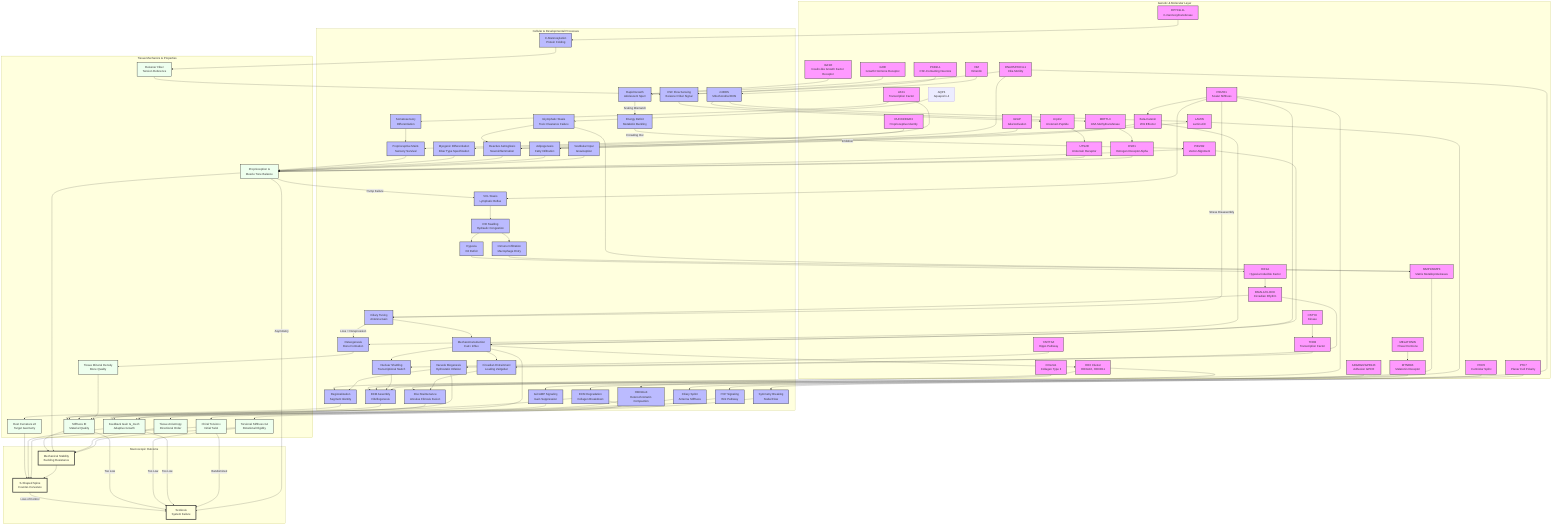
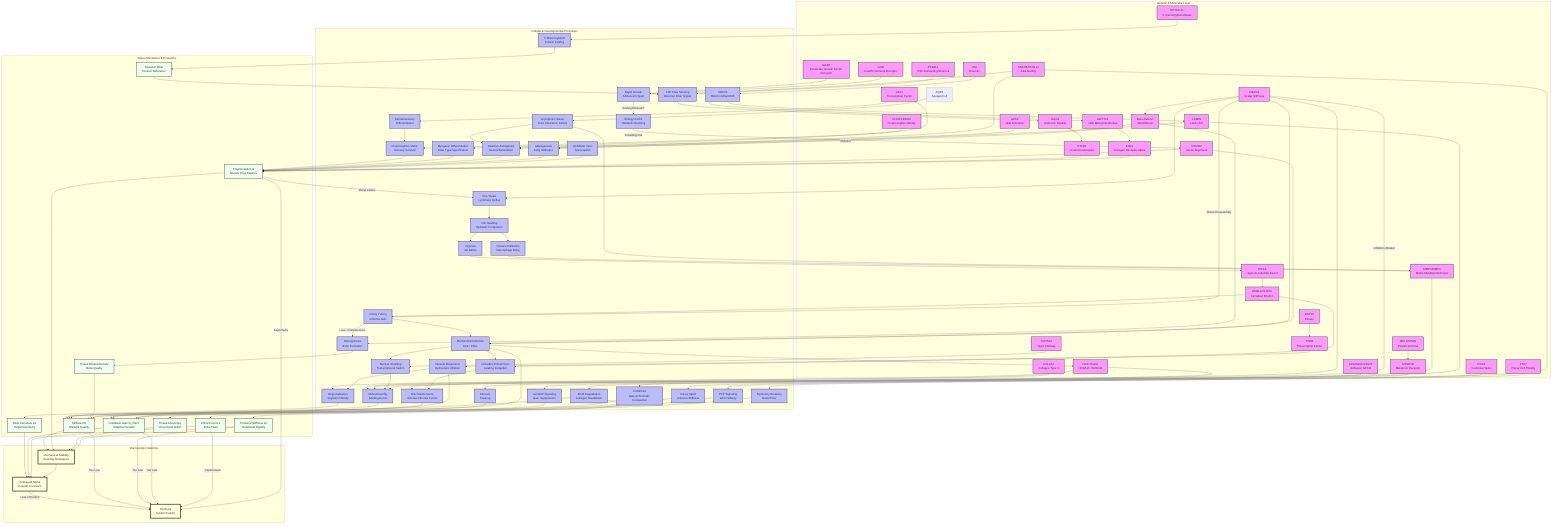
graph TD
    %% Subgraphs for Organization
    subgraph Genetics [Genetic & Molecular Layer]
        HOX[HOX Cluster<br/>HOXA10, HOXD11]
        COL[COL2A1<br/>Collagen Type II]
        PIEZO1[PIEZO1<br/>Scalar Stiffness]
        PIEZO2[PIEZO2<br/>Vector Alignment]
        CILIA[DNAH5/PKD1L1<br/>Cilia Motility]
        LBX1[LBX1<br/>Transcription Factor]
        ADGRG6[ADGRG6/GPR126<br/>Adhesion GPCR]
        PTK7[PTK7<br/>Planar Cell Polarity]
        YAP[YAP/TAZ<br/>Hippo Pathway]
        PKD2L1[PKD2L1<br/>CSF-Contacting Neurons]
        MMP[MMP1/MMP3<br/>Matrix Metalloproteinases]
        URP[Urp1/2<br/>Urotensin Peptide]
        UTS2R[UTS2R<br/>Urotensin Receptor]
        GFAP[GFAP<br/>Glial Activation]
        VIM[VIM<br/>Vimentin]
        LAMIN[LAMIN<br/>Lamin A/C]
        BMAL1[BMAL1/CLOCK<br/>Circadian Rhythm]
        RUNX3[RUNX3/EGR3<br/>Proprioceptive Identity]
        METTL3[METTL3<br/>m6A Methyltransferase]
        ESR1[ESR1<br/>Estrogen Receptor Alpha]
        AQP4[AQP4<br/>Aquaporin-4]
        MELATONIN[MELATONIN<br/>Pineal Hormone]
        MT2[MTNR1B<br/>Melatonin Receptor]
        HIF1A[HIF1A<br/>Hypoxia Inducible Factor]
        POC5[POC5<br/>Centriolar Splint]
        DSTYK[DSTYK<br/>Kinase]
        TFEB[TFEB<br/>Transcription Factor]
        Beta_Catenin[Beta-Catenin<br/>Wnt Effector]
        DPY19L1L[DPY19L1L<br/>C-mannosyltransferase]
        IGF1R[IGF1R<br/>Insulin-like Growth Factor Receptor]
        GHR[GHR<br/>Growth Hormone Receptor]
    end

    subgraph Processes [Cellular & Developmental Processes]
        Astrogliosis[Reactive Astrogliosis<br/>Neuroinflammation]
        Region[Regionalization<br/>Segment Identity]
        ECM_Assembly[ECM Assembly<br/>Fibrillogenesis]
        Nucl_Shuttle[Nuclear Shuttling<br/>Transcriptional Switch]
        Mech_Trans[Mechanotransduction<br/>Ca2+ Influx]
        Sym_Break[Symmetry Breaking<br/>Nodal Flow]
        CSF_Sensing[CSF Flow Sensing<br/>Reissner Fiber Signal]
        Neur_Diff[Somatosensory<br/>Differentiation]
        Muscle_Diff[Myogenic Differentiation<br/>Fiber Type Specification]
        Disc_Maint[Disc Maintenance<br/>Annulus Fibrosis Fusion]
        PCP_Sig[PCP Signaling<br/>Wnt Pathway]
        Degradation[ECM Degradation<br/>Collagen Breakdown]
        mtROS[mtROS<br/>Mitochondrial ROS]
        Adipogenesis[Adipogenesis<br/>Fatty Infiltration]
        Hydraulic_Congestion[IVD Swelling<br/>Hydraulic Congestion]
        Immune_Infilt[Immune Infiltration<br/>Macrophage Entry]
        Circadian_Entrain[Circadian Entrainment<br/>Loading Zeitgeber]
        Proprio_Maint[Proprioceptive Maint.<br/>Sensory Survival]
        H3K9me3[H3K9me3<br/>Heterochromatin Compaction]
        VCL_Stasis[VCL Stasis<br/>Lymphatic Reflux]
        Glymphatic_Stasis[Glymphatic Stasis<br/>Toxic Clearance Failure]
        Vestibular_Input[Vestibular Input<br/>Graviception]
        Gi_cAMP[Gi/cAMP Signaling<br/>Gain Suppression]
        Ciliary_Tuning[Ciliary Tuning<br/>Antenna Gain]
        Hypoxia[Hypoxia<br/>O2 Deficit]
        Osteogenesis[Osteogenesis<br/>Bone Formation]
        Ciliary_Splint[Ciliary Splint<br/>Antenna Stiffness]
        Vacuole_Biogenesis[Vacuole Biogenesis<br/>Hydrostatic Inflation]
        C_Mannosylation[C-Mannosylation<br/>Protein Folding]
        Rapid_Growth[Rapid Growth<br/>Adolescent Spurt]
        Energy_Deficit[Energy Deficit<br/>Metabolic Buckling]
+         Fibrosis[Fibrosis<br/>Scarring]
    end

    subgraph Tissue [Tissue Mechanics & Properties]
        Rest_Kappa[Rest Curvature κ0<br/>Target Geometry]
        Stiffness[Stiffness EI<br/>Material Quality]
        Torsional_Stiffness[Torsional Stiffness GJ<br/>Rotational Rigidity]
        Gain[Feedback Gain G_mech<br/>Adaptive Growth]
        Torsion[Chiral Torsion ε<br/>Initial Twist]
        Muscle_Tone[Proprioception &<br/>Muscle Tone Balance]
        Anisotropy[Tissue Anisotropy<br/>Directional Order]
        TMD[Tissue Mineral Density<br/>Bone Quality]
        Reissner_Fiber[Reissner Fiber<br/>Tension Reference]
    end

    subgraph Outcome [Macroscopic Outcome]
        S_Curve[S-Shaped Spine<br/>Counter-Curvature]
        Stability[Mechanical Stability<br/>Buckling Resistance]
        Scoliosis[Scoliosis<br/>System Failure]
    end

    %% Connections
    HOX --> Region
    Region --> Rest_Kappa
    Rest_Kappa --> S_Curve

    COL --> ECM_Assembly
    ECM_Assembly --> Stiffness
    Stiffness --> Stability

    PIEZO1 --> Mech_Trans
    PIEZO2 --> Mech_Trans
    Mech_Trans --> Gain
    Gain --> S_Curve

    %% NEW ARC: Piezo Duality (Vector-Scalar Mismatch)
    PIEZO1 --> ECM_Assembly
    PIEZO2 --> Muscle_Tone

    CILIA --> Sym_Break
    Sym_Break --> Torsion
    Torsion --> S_Curve

    LBX1 --> Neur_Diff
    LBX1 --> Muscle_Diff
    Neur_Diff --> Proprio_Maint
    Proprio_Maint --> Muscle_Tone
    Muscle_Diff --> Muscle_Tone
    Muscle_Tone --> Stability

    %% NEW ARC: Proprioceptive Maintenance
    RUNX3 --> Proprio_Maint

    %% NEW ARC: ADGRG6
    ADGRG6 --> Disc_Maint
    Disc_Maint --> Stiffness

    %% NEW ARC: PTK7
    PTK7 --> PCP_Sig
    PCP_Sig --> Anisotropy
    Anisotropy --> Stability

    %% NEW ARC: YAP/TAZ
    YAP --> Nucl_Shuttle
    Nucl_Shuttle --> ECM_Assembly
    Mech_Trans --> Nucl_Shuttle

    %% NEW ARC: CSF/Reissner Fiber
    CILIA --> CSF_Sensing
    PKD2L1 --> CSF_Sensing
    CSF_Sensing --> URP
    URP --> UTS2R
    UTS2R --> Muscle_Tone

    %% NEW ARC: MMP Degradation
    MMP --> Degradation
    Degradation --> Stiffness

    %% NEW ARC: Neuro-Inflammatory Pathway
    CILIA --> Astrogliosis
    GFAP --> Astrogliosis
    Astrogliosis --> Muscle_Tone

    %% NEW ARC: Vimentin Metabolic Switch
    VIM --> mtROS
    mtROS --> LAMIN
    LAMIN --> Adipogenesis
    Adipogenesis --> Muscle_Tone

    %% NEW ARC: Inflamed Torsion
    Hydraulic_Congestion --> Immune_Infilt
    Immune_Infilt --> MMP
    Degradation --> Torsional_Stiffness
    Torsional_Stiffness --> Stability

    %% NEW ARC: Glymphatic Stasis
    AQP4 --> Glymphatic_Stasis
    Glymphatic_Stasis --> Astrogliosis

    %% NEW ARC: Glymphatic-MMP Axis (Chen et al., 2025)
    Glymphatic_Stasis --> MMP

    %% NEW ARC: Melatonin Gain Control
    MELATONIN --> MT2
    MT2 --> Gi_cAMP
    Gi_cAMP --> Gain

    %% NEW ARC: Vestibular Asymmetry
    Vestibular_Input --> Muscle_Tone

    %% Cross-Talk and Failures
    Stability --> S_Curve
    S_Curve -- "Loss of Control" --> Scoliosis
    Stiffness -- "Too Low" --> Scoliosis
    Torsional_Stiffness -- "Too Low" --> Scoliosis
    Gain -- "Too Low" --> Scoliosis
    Torsion -- "Randomized" --> Scoliosis
    Muscle_Tone -- "Asymmetry" --> Scoliosis

    %% Styling
    classDef gene fill:#f9f,stroke:#333,stroke-width:2px;
    classDef process fill:#bbf,stroke:#333,stroke-width:2px;
    classDef tissue fill:#efe,stroke:#333,stroke-width:2px;
    classDef outcome fill:#ffd,stroke:#333,stroke-width:4px;

    %% NEW ARC: Spinal Jetlag
    BMAL1 --> Circadian_Entrain
    Mech_Trans --> Circadian_Entrain
    Circadian_Entrain --> Disc_Maint

    %% NEW ARC: Tunable Antenna (Miyoshi et al., 2024)
    BMAL1 --> Ciliary_Tuning
    Ciliary_Tuning --> Mech_Trans

    %% NEW ARC: Epigenetic Asymmetry
    mtROS --> METTL3
    METTL3 --> ESR1
    ESR1 --> Muscle_Tone

    %% NEW ARC: Nuclear Stiffness (Scalar Senescence)
    LAMIN --> H3K9me3
    H3K9me3 --> Gain

    %% NEW ARC: Lymphatic Drainage Pathway (VCL)
    Muscle_Tone -- "Pump Failure" --> VCL_Stasis
    VCL_Stasis --> Hydraulic_Congestion

    %% NEW ARC: Hypoxic Clock Block (HIF1A)
    Hydraulic_Congestion --> Hypoxia
    Hypoxia --> HIF1A
    HIF1A --> BMAL1

    %% NEW ARC: Tension-Dependent Identity (HOX)
    Mech_Trans --> HOX
    HOX --> ECM_Assembly

    %% NEW ARC: Bone Mineralization (Ramli et al., 2024)
    %% PIEZO1 --> Osteogenesis (Replaced by BMSC Switch below)
    Osteogenesis --> TMD
    TMD --> Stiffness

    %% NEW ARC: BMSC Fate Switch (Li et al., 2023)
    PIEZO1 --> Beta_Catenin
    Beta_Catenin --> Osteogenesis
    Beta_Catenin -- "Inhibition" --> Adipogenesis

    %% NEW ARC: Centriolar Splint (POC5)
    POC5 --> Ciliary_Splint
    Ciliary_Splint --> Gain

    %% NEW ARC: Hydrostatic Skeleton (DSTYK/TFEB)
    DSTYK --> TFEB
    TFEB --> Vacuole_Biogenesis
    Vacuole_Biogenesis --> Stiffness
    Vacuole_Biogenesis --> Region

    %% NEW ARC: Piezo-Cilia Stress Lock (Chen et al., 2025)
    PIEZO1 -- "Stress Disassembly" --> Ciliary_Tuning
    Ciliary_Tuning -- "Loss = Derepression" --> Osteogenesis

    %% NEW ARC: Sweet String Pathway (DPY19L1L)
    DPY19L1L --> C_Mannosylation
    C_Mannosylation --> Reissner_Fiber
    Reissner_Fiber --> CSF_Sensing

    %% NEW ARC: Metabolic Buckling Pathway
    IGF1R --> Rapid_Growth
    GHR --> Rapid_Growth
    Rapid_Growth -- "Scaling Mismatch" --> Energy_Deficit
    Energy_Deficit -- "Crowding Out" --> PIEZO2

    %% NEW ARC: Piezo-Lymphatic Baroreflex
    PIEZO1 --> VCL_Stasis

+     %% NEW ARC: Piezo-Fibrosis Brake (Rashidi et al., 2025)
+     PIEZO1 -- "Inhibition (Brake)" --> Fibrosis
+     Fibrosis --> Stiffness
+ 
    class HOX,COL,PIEZO1,PIEZO2,CILIA,LBX1,ADGRG6,PTK7,YAP,PKD2L1,MMP,URP,UTS2R,GFAP,VIM,LAMIN,BMAL1,RUNX3,METTL3,ESR1,MELATONIN,MT2,HIF1A,POC5,DSTYK,TFEB,Beta_Catenin,DPY19L1L,IGF1R,GHR gene;
-     class Region,ECM_Assembly,Mech_Trans,Sym_Break,Neur_Diff,Muscle_Diff,Disc_Maint,PCP_Sig,Nucl_Shuttle,CSF_Sensing,Degradation,Astrogliosis,mtROS,Adipogenesis,Hydraulic_Congestion,Immune_Infilt,Circadian_Entrain,Proprio_Maint,H3K9me3,VCL_Stasis,Glymphatic_Stasis,Vestibular_Input,Gi_cAMP,Ciliary_Tuning,Hypoxia,Osteogenesis,Ciliary_Splint,Vacuole_Biogenesis,C_Mannosylation,Rapid_Growth,Energy_Deficit process;
+     class Region,ECM_Assembly,Mech_Trans,Sym_Break,Neur_Diff,Muscle_Diff,Disc_Maint,PCP_Sig,Nucl_Shuttle,CSF_Sensing,Degradation,Astrogliosis,mtROS,Adipogenesis,Hydraulic_Congestion,Immune_Infilt,Circadian_Entrain,Proprio_Maint,H3K9me3,VCL_Stasis,Glymphatic_Stasis,Vestibular_Input,Gi_cAMP,Ciliary_Tuning,Hypoxia,Osteogenesis,Ciliary_Splint,Vacuole_Biogenesis,C_Mannosylation,Rapid_Growth,Energy_Deficit,Fibrosis process;
    class Rest_Kappa,Stiffness,Torsional_Stiffness,Gain,Torsion,Muscle_Tone,Anisotropy,TMD,Reissner_Fiber tissue;
    class S_Curve,Stability,Scoliosis outcome;
